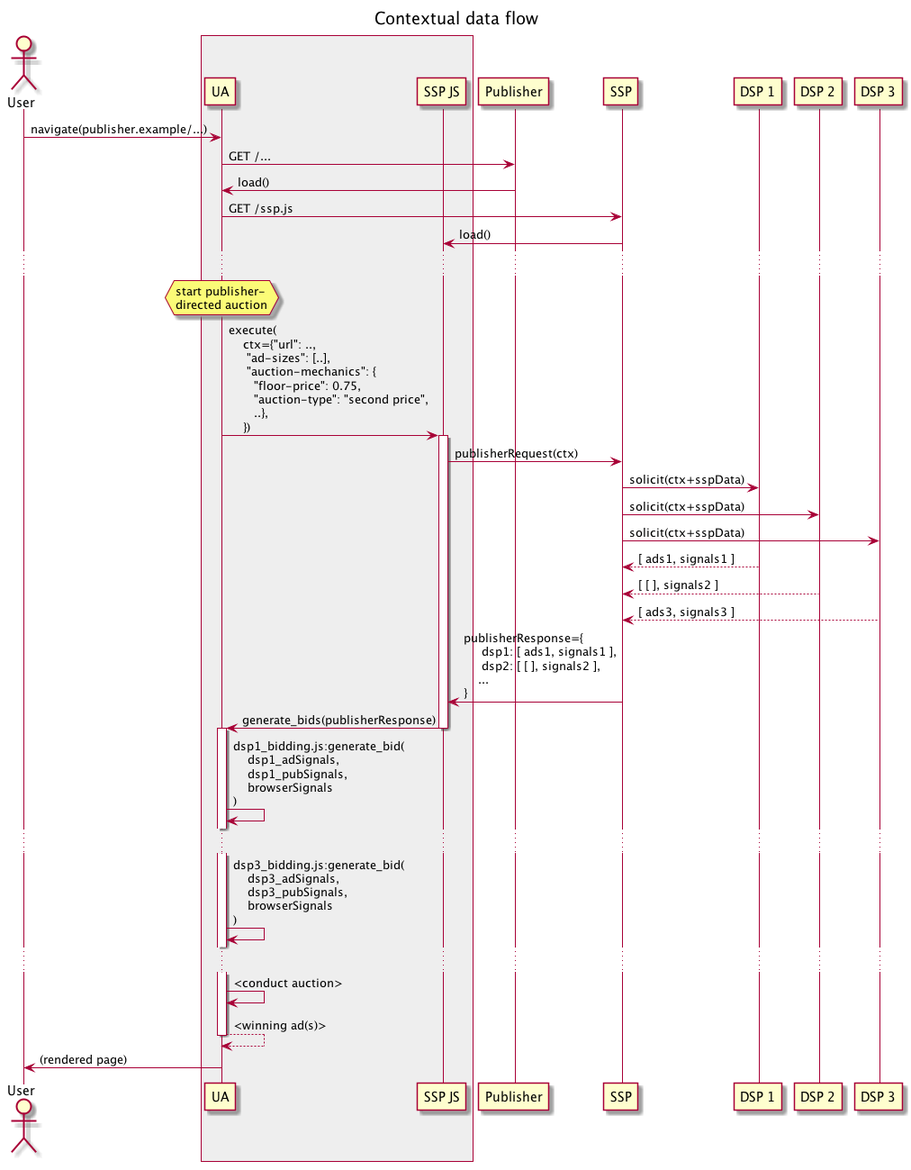
Earlier version of the PlantUML export assets/TERN/img/3_publisher_data.png (WICG/turtledove). Its source is kept beside it as assets/TERN/3_publisher_data.plantuml.
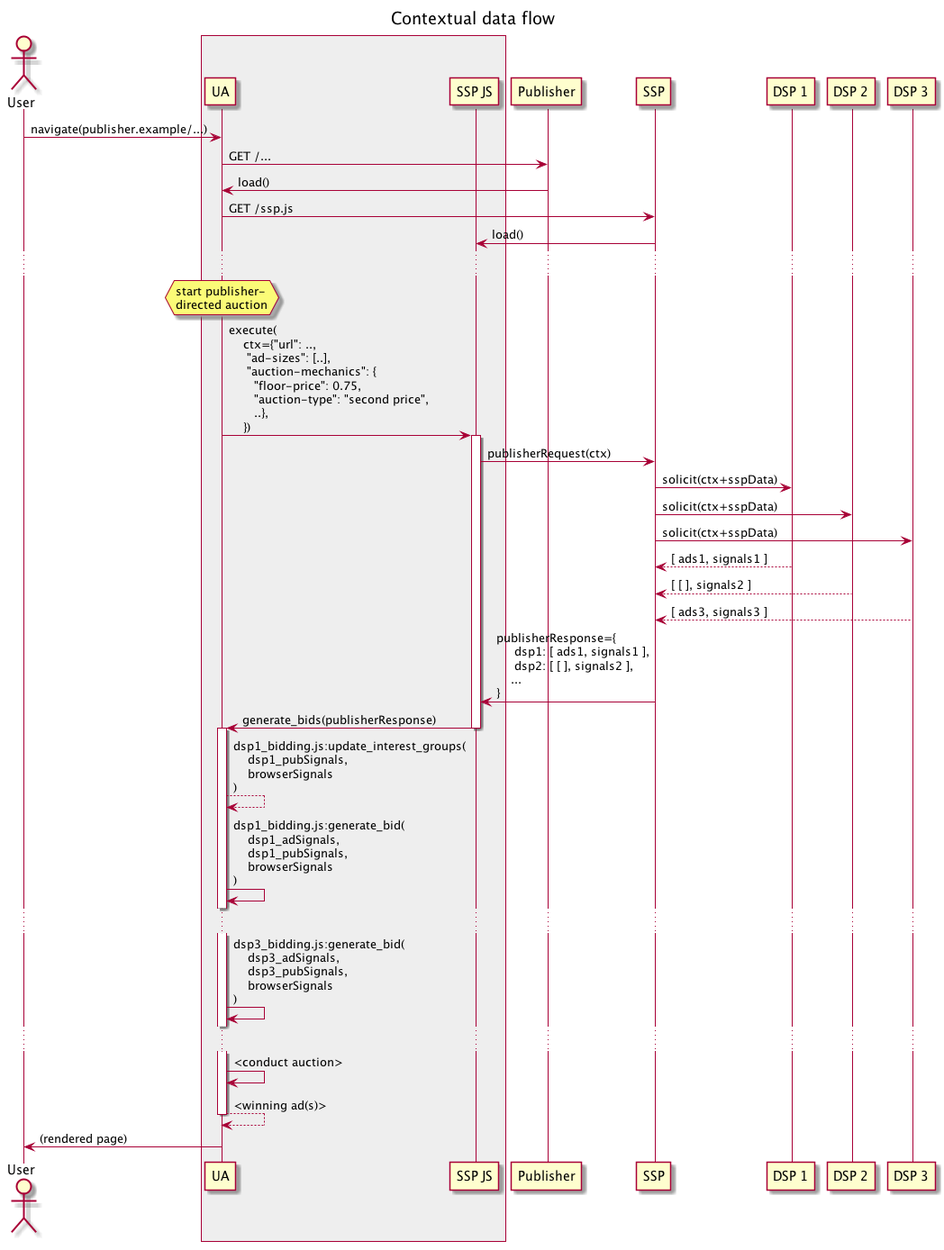
Later version of the same file.

The edit, as a diff of the source:
```diff
@@ -43,6 +43,7 @@
 
 activate ua
 
+ua --> ua : dsp1_bidding.js:update_interest_groups(\n    dsp1_pubSignals,\n    browserSignals\n)
 ua -> ua : dsp1_bidding.js:generate_bid(\n    dsp1_adSignals,\n    dsp1_pubSignals,\n    browserSignals\n)
 ...
 ua -> ua : dsp3_bidding.js:generate_bid(\n    dsp3_adSignals,\n    dsp3_pubSignals,\n    browserSignals\n)
```
